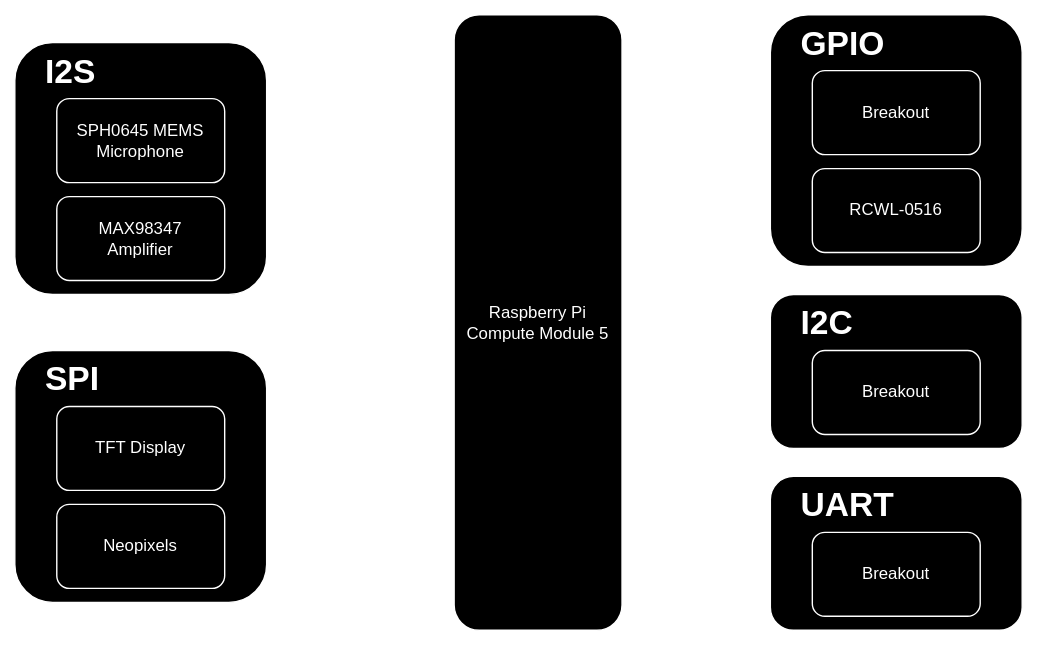
makerforgetech/modular-biped keeps this draw.io diagram as circuits/CM5 Modules.drawio.svg. Above is the earlier version. Source tidied: cells renumbered, new cells last; positions are measured from the earlier drawing's top-left corner, leaving out a move shared by most shapes.
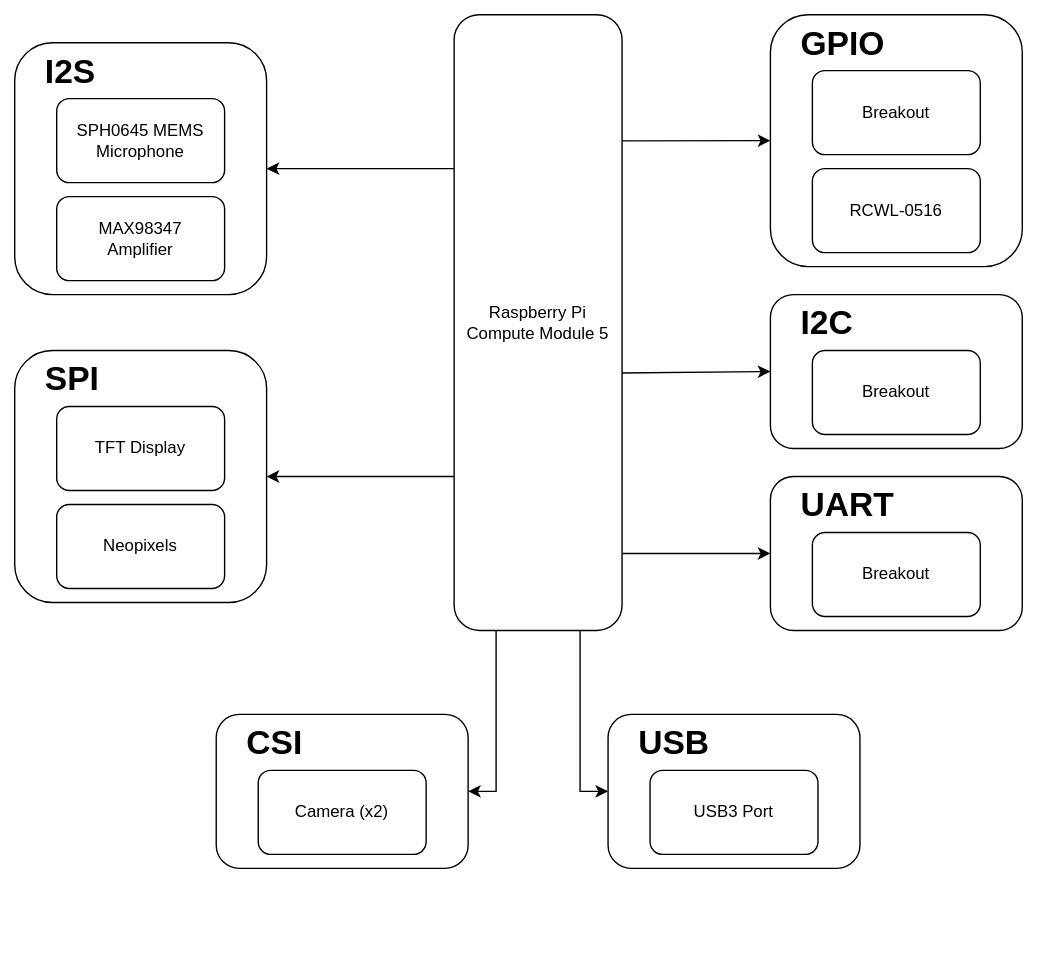
After the change.

The edit, as a diff of the source:
```diff
@@ -17,6 +17,12 @@
     <mxCell id="6" style="rounded=0;jettySize=auto;html=1;exitX=1;exitY=0.875;exitDx=0;exitDy=0;entryX=0;entryY=0.5;entryDx=0;entryDy=0;exitPerimeter=0;" parent="1" edge="1" source="7" target="15">
       <mxGeometry relative="1" as="geometry" />
     </mxCell>
+    <mxCell id="28" style="edgeStyle=orthogonalEdgeStyle;rounded=0;jettySize=auto;html=1;exitX=0.25;exitY=1;exitDx=0;exitDy=0;entryX=1;entryY=0.5;entryDx=0;entryDy=0;" parent="1" edge="1" source="7" target="31">
+      <mxGeometry relative="1" as="geometry" />
+    </mxCell>
+    <mxCell id="29" style="edgeStyle=orthogonalEdgeStyle;rounded=0;jettySize=auto;html=1;exitX=0.75;exitY=1;exitDx=0;exitDy=0;entryX=0;entryY=0.5;entryDx=0;entryDy=0;" parent="1" edge="1" source="7" target="34">
+      <mxGeometry relative="1" as="geometry" />
+    </mxCell>
     <mxCell id="7" value="Raspberry Pi&lt;br&gt;Compute Module 5" style="rounded=1;whiteSpace=wrap;html=1;" parent="1" vertex="1">
       <mxGeometry x="314" width="120" height="440" as="geometry" />
     </mxCell>
@@ -80,5 +86,26 @@
     <mxCell id="27" value="&lt;h1 style=&quot;margin-top: 0px;&quot;&gt;&lt;span style=&quot;background-color: initial;&quot;&gt;I2S&lt;/span&gt;&lt;/h1&gt;" style="text;html=1;whiteSpace=wrap;overflow=hidden;rounded=0;" parent="23" vertex="1">
       <mxGeometry x="20" width="50" height="40" as="geometry" />
     </mxCell>
+    <mxCell id="30" style="group;" parent="1" vertex="1">
+      <mxGeometry x="100" y="490" width="180" height="180" as="geometry" />
+    </mxCell>
+    <mxCell id="31" style="rounded=1;whiteSpace=wrap;html=1;" parent="30" vertex="1">
+      <mxGeometry x="44" y="10" width="180" height="110" as="geometry" />
+    </mxCell>
+    <mxCell id="32" value="Camera (x2)" style="rounded=1;whiteSpace=wrap;html=1;" parent="30" vertex="1">
+      <mxGeometry x="74" y="50" width="120" height="60" as="geometry" />
+    </mxCell>
+    <mxCell id="33" value="&lt;h1 style=&quot;margin-top: 0px;&quot;&gt;&lt;span style=&quot;background-color: initial;&quot;&gt;CSI&lt;/span&gt;&lt;/h1&gt;" style="text;html=1;whiteSpace=wrap;overflow=hidden;rounded=0;" parent="30" vertex="1">
+      <mxGeometry x="64" y="10" width="50" height="40" as="geometry" />
+    </mxCell>
+    <mxCell id="34" style="rounded=1;whiteSpace=wrap;html=1;" parent="1" vertex="1">
+      <mxGeometry x="424" y="500" width="180" height="110" as="geometry" />
+    </mxCell>
+    <mxCell id="35" value="USB3 Port" style="rounded=1;whiteSpace=wrap;html=1;" parent="1" vertex="1">
+      <mxGeometry x="454" y="540" width="120" height="60" as="geometry" />
+    </mxCell>
+    <mxCell id="36" value="&lt;h1 style=&quot;margin-top: 0px;&quot;&gt;&lt;span style=&quot;background-color: initial;&quot;&gt;USB&lt;/span&gt;&lt;/h1&gt;" style="text;html=1;whiteSpace=wrap;overflow=hidden;rounded=0;" parent="1" vertex="1">
+      <mxGeometry x="444" y="500" width="66" height="40" as="geometry" />
+    </mxCell>
   </root>
 </mxGraphModel>
```
